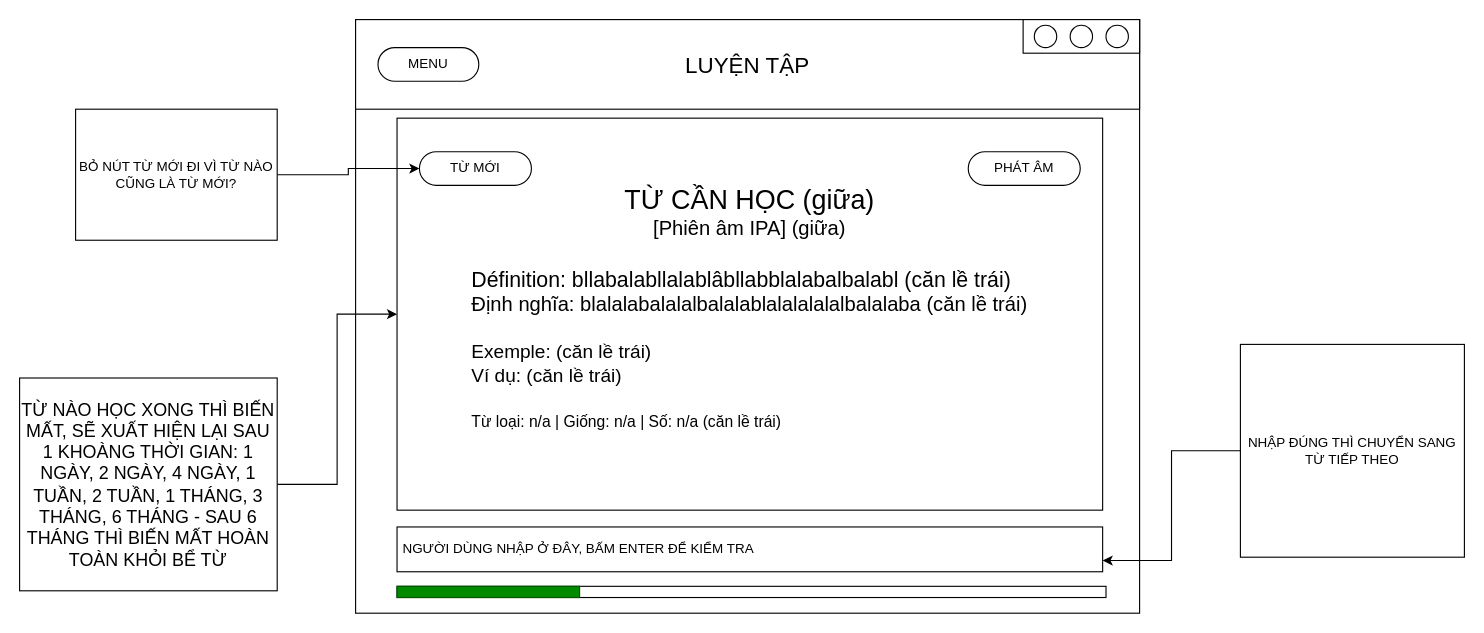
Before: page "Luyện tập (2)" (14 of 16) of GUI.drawio in Tran-Long-Vu/AppVocabFR, a draw.io diagram. Source tidied: cells renumbered, new cells numbered last; positions are measured from the earlier drawing's top-left corner, leaving out a move shared by most shapes. Both pictures are drawn from the tidied source at 112%, with x=0, y=0 at pixel (19, 19).
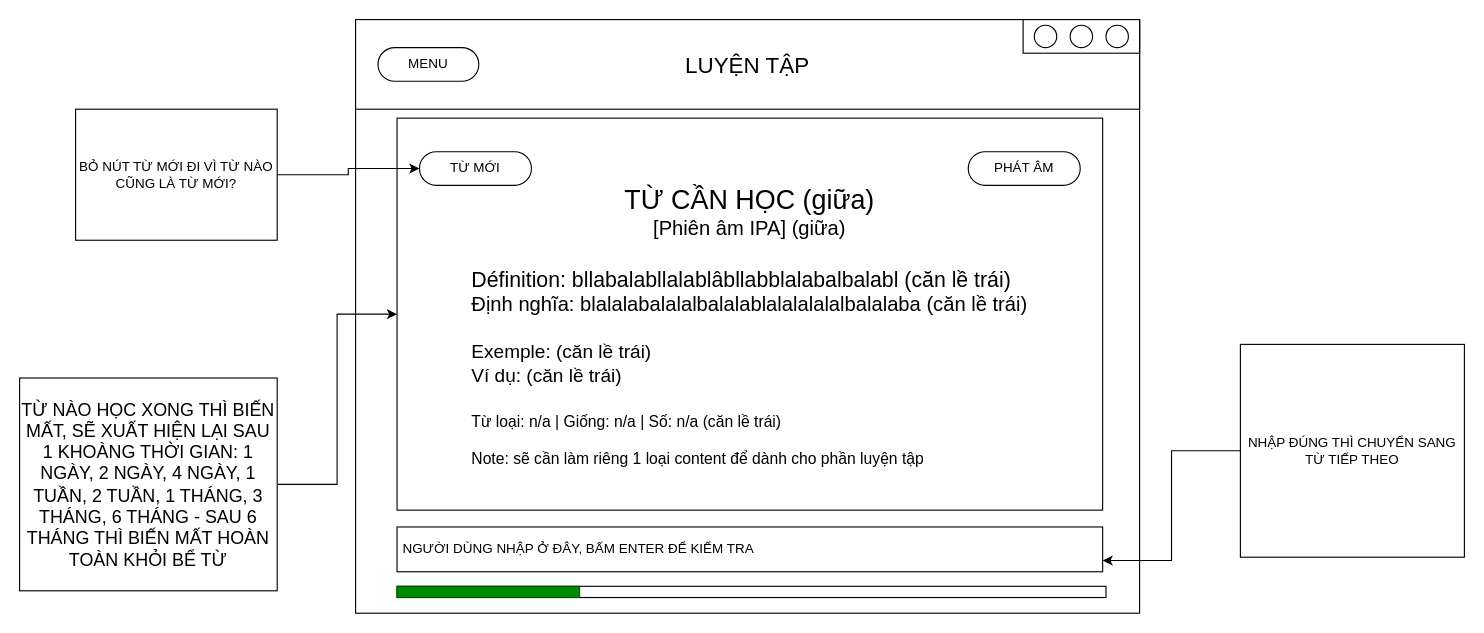
The same diagram, later.

Diff of the diagram source:
```diff
@@
-    <mxCell id="11" value="&lt;div&gt;&lt;font style=&quot;font-size: 16px;&quot;&gt;&lt;br&gt;&lt;/font&gt;&lt;/div&gt;&lt;font style=&quot;&quot;&gt;&lt;div style=&quot;font-size: 16px;&quot;&gt;&lt;font style=&quot;font-size: 16px;&quot;&gt;&lt;br&gt;&lt;/font&gt;&lt;/div&gt;&lt;font style=&quot;&quot;&gt;&lt;div style=&quot;&quot;&gt;&lt;br&gt;&lt;/div&gt;&lt;div style=&quot;&quot;&gt;&lt;span style=&quot;background-color: transparent; color: light-dark(rgb(0, 0, 0), rgb(255, 255, 255));&quot;&gt;&lt;font style=&quot;font-size: 24px;&quot;&gt;TỪ CẦN HỌC (giữa)&lt;/font&gt;&lt;/span&gt;&lt;/div&gt;&lt;/font&gt;&lt;/font&gt;&lt;div style=&quot;&quot;&gt;&lt;font style=&quot;&quot;&gt;&lt;font style=&quot;font-size: 18px;&quot;&gt;[Phiên âm IPA] (giữa)&lt;/font&gt;&lt;/font&gt;&lt;/div&gt;&lt;div style=&quot;&quot;&gt;&lt;font style=&quot;&quot;&gt;&lt;font style=&quot;font-size: 20px;&quot;&gt;&lt;br&gt;&lt;/font&gt;&lt;/font&gt;&lt;/div&gt;&lt;div style=&quot;text-align: left;&quot;&gt;&lt;font style=&quot;&quot;&gt;&lt;font style=&quot;font-size: 19px;&quot;&gt;Définition: bllabalabllalablâbllabblalabalbalabl (căn lề trái)&lt;/font&gt;&lt;/font&gt;&lt;/div&gt;&lt;div style=&quot;&quot;&gt;&lt;font style=&quot;font-size: 18px;&quot;&gt;Định nghĩa: blalalabalalalbalalablalalalalalbalalaba (căn lề trái)&lt;/font&gt;&lt;/div&gt;&lt;div style=&quot;&quot;&gt;&lt;font style=&quot;font-size: 18px;&quot;&gt;&lt;br&gt;&lt;/font&gt;&lt;/div&gt;&lt;div style=&quot;text-align: left;&quot;&gt;&lt;font style=&quot;font-size: 17px;&quot;&gt;Exemple: (căn lề trái)&lt;/font&gt;&lt;/div&gt;&lt;div style=&quot;text-align: left;&quot;&gt;&lt;font style=&quot;font-size: 17px;&quot;&gt;Ví dụ: (căn lề trái)&lt;/font&gt;&lt;/div&gt;&lt;div style=&quot;text-align: left;&quot;&gt;&lt;span style=&quot;font-size: 18px;&quot;&gt;&lt;br&gt;&lt;/span&gt;&lt;/div&gt;&lt;div style=&quot;text-align: left;&quot;&gt;&lt;font style=&quot;font-size: 14px;&quot;&gt;Từ loại: n/a | Giống: n/a | Số: n/a (căn lề trái)&lt;/font&gt;&lt;/div&gt;" style="rounded=0;whiteSpace=wrap;html=1;verticalAlign=top;align=center;" parent="1" vertex="1">
+    <mxCell id="11" value="&lt;div&gt;&lt;font style=&quot;font-size: 16px;&quot;&gt;&lt;br&gt;&lt;/font&gt;&lt;/div&gt;&lt;font style=&quot;&quot;&gt;&lt;div style=&quot;font-size: 16px;&quot;&gt;&lt;font style=&quot;font-size: 16px;&quot;&gt;&lt;br&gt;&lt;/font&gt;&lt;/div&gt;&lt;font style=&quot;&quot;&gt;&lt;div style=&quot;&quot;&gt;&lt;br&gt;&lt;/div&gt;&lt;div style=&quot;&quot;&gt;&lt;span style=&quot;background-color: transparent; color: light-dark(rgb(0, 0, 0), rgb(255, 255, 255));&quot;&gt;&lt;font style=&quot;font-size: 24px;&quot;&gt;TỪ CẦN HỌC (giữa)&lt;/font&gt;&lt;/span&gt;&lt;/div&gt;&lt;/font&gt;&lt;/font&gt;&lt;div style=&quot;&quot;&gt;&lt;font style=&quot;&quot;&gt;&lt;font style=&quot;font-size: 18px;&quot;&gt;[Phiên âm IPA] (giữa)&lt;/font&gt;&lt;/font&gt;&lt;/div&gt;&lt;div style=&quot;&quot;&gt;&lt;font style=&quot;&quot;&gt;&lt;font style=&quot;font-size: 20px;&quot;&gt;&lt;br&gt;&lt;/font&gt;&lt;/font&gt;&lt;/div&gt;&lt;div style=&quot;text-align: left;&quot;&gt;&lt;font style=&quot;&quot;&gt;&lt;font style=&quot;font-size: 19px;&quot;&gt;Définition: bllabalabllalablâbllabblalabalbalabl (căn lề trái)&lt;/font&gt;&lt;/font&gt;&lt;/div&gt;&lt;div style=&quot;&quot;&gt;&lt;font style=&quot;font-size: 18px;&quot;&gt;Định nghĩa: blalalabalalalbalalablalalalalalbalalaba (căn lề trái)&lt;/font&gt;&lt;/div&gt;&lt;div style=&quot;&quot;&gt;&lt;font style=&quot;font-size: 18px;&quot;&gt;&lt;br&gt;&lt;/font&gt;&lt;/div&gt;&lt;div style=&quot;text-align: left;&quot;&gt;&lt;font style=&quot;font-size: 17px;&quot;&gt;Exemple: (căn lề trái)&lt;/font&gt;&lt;/div&gt;&lt;div style=&quot;text-align: left;&quot;&gt;&lt;font style=&quot;font-size: 17px;&quot;&gt;Ví dụ: (căn lề trái)&lt;/font&gt;&lt;/div&gt;&lt;div style=&quot;text-align: left;&quot;&gt;&lt;span style=&quot;font-size: 18px;&quot;&gt;&lt;br&gt;&lt;/span&gt;&lt;/div&gt;&lt;div style=&quot;text-align: left;&quot;&gt;&lt;font style=&quot;font-size: 14px;&quot;&gt;Từ loại: n/a | Giống: n/a | Số: n/a (căn lề trái)&lt;/font&gt;&lt;/div&gt;&lt;div style=&quot;text-align: left;&quot;&gt;&lt;font style=&quot;font-size: 14px;&quot;&gt;&lt;br&gt;&lt;/font&gt;&lt;/div&gt;&lt;div style=&quot;text-align: left;&quot;&gt;&lt;font style=&quot;font-size: 14px;&quot;&gt;Note: sẽ cần làm riêng 1 loại content để dành cho phần luyện tập&lt;/font&gt;&lt;/div&gt;" style="rounded=0;whiteSpace=wrap;html=1;verticalAlign=top;align=center;" parent="1" vertex="1">
       <mxGeometry x="337" y="88" width="630" height="350" as="geometry" />
     </mxCell>
```
